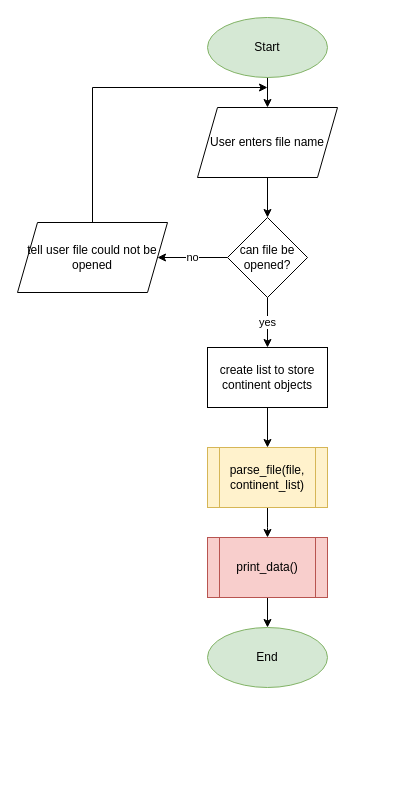
The draw.io diagram page "main" (1 of 2) of Continental_Data_Flowchart.drawio in Joel-Vernon-98/Continental_Data, before the edit. Source tidied: cells renumbered, new cells numbered last; positions are measured from the earlier drawing's top-left corner, leaving out a move shared by most shapes. Both pictures are drawn from the tidied source at 100%, with x=0, y=0 at pixel (17, 17).
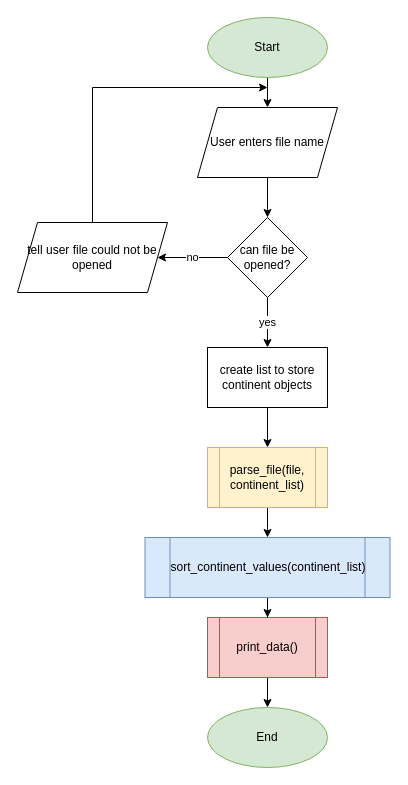
The same diagram, later.

Change to the diagram source:
```diff
@@
     <mxCell id="16" value="End" style="ellipse;whiteSpace=wrap;html=1;fillColor=#d5e8d4;strokeColor=#82b366;" parent="1" vertex="1">
-      <mxGeometry x="190" y="610" width="120" height="60" as="geometry" />
+      <mxGeometry x="190" y="690" width="120" height="60" as="geometry" />
     </mxCell>
     <mxCell id="17" value="print_data()" style="shape=process;whiteSpace=wrap;html=1;backgroundOutline=1;fillColor=#f8cecc;strokeColor=#b85450;" parent="1" vertex="1">
-      <mxGeometry x="190" y="520" width="120" height="60" as="geometry" />
+      <mxGeometry x="190" y="600" width="120" height="60" as="geometry" />
     </mxCell>
+    <mxCell id="18" style="edgeStyle=orthogonalEdgeStyle;rounded=0;jettySize=auto;html=1;" parent="1" edge="1" source="19" target="17">
+      <mxGeometry relative="1" as="geometry" />
+    </mxCell>
+    <mxCell id="19" value="sort_continent_values(continent_list)" style="shape=process;whiteSpace=wrap;html=1;backgroundOutline=1;fillColor=#dae8fc;strokeColor=#6c8ebf;" parent="1" vertex="1">
+      <mxGeometry x="127.5" y="520" width="245" height="60" as="geometry" />
+    </mxCell>
```
